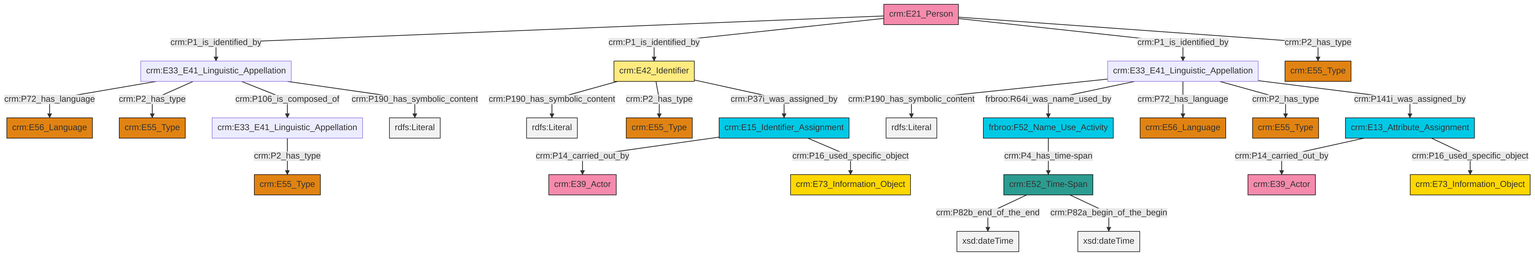
Before: et/personCSV/ttl/mmd/png/Person_Names_and_Classification.png, a diagram exported from Mermaid (swiss-art-research-net/reference-data-models). Its source is kept beside it as et/personCSV/ttl/mmd/Person_Names_and_Classification.ttl.mmd.
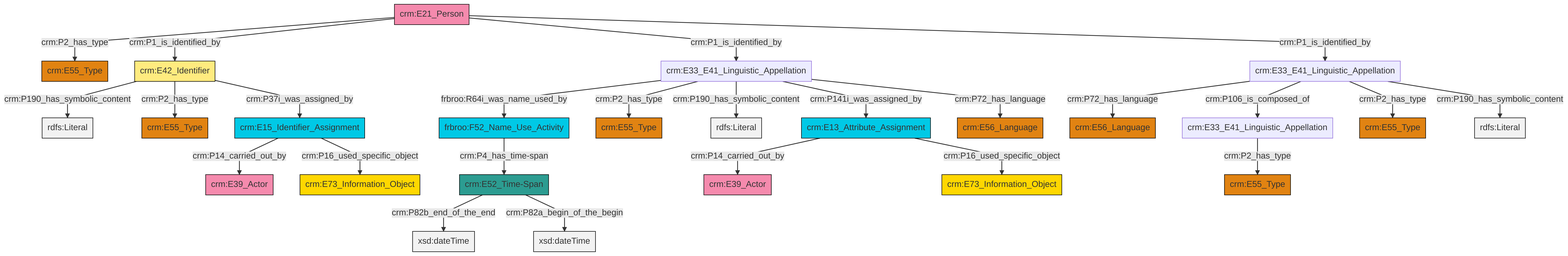
After the change.

Change to the diagram source:
```diff
@@ -13,27 +13,27 @@
 classDef PC_Classes fill:#4ce600, stroke:#000000;
 classDef Multi fill:#cccccc,stroke:#000000;
 
-4["crm:E42_Identifier"]:::Appellation -->|crm:P190_has_symbolic_content| 5[rdfs:Literal]:::Literal
-6["crm:E15_Identifier_Assignment"]:::Temporal_Entity -->|crm:P14_carried_out_by| 0["crm:E39_Actor"]:::Actor
-7["crm:E21_Person"]:::Actor -->|crm:P1_is_identified_by| 8["crm:E33_E41_Linguistic_Appellation"]:::Default
-7["crm:E21_Person"]:::Actor -->|crm:P1_is_identified_by| 4["crm:E42_Identifier"]:::Appellation
-4["crm:E42_Identifier"]:::Appellation -->|crm:P2_has_type| 20["crm:E55_Type"]:::Type
-8["crm:E33_E41_Linguistic_Appellation"]:::Default -->|crm:P72_has_language| 23["crm:E56_Language"]:::Type
-25["crm:E13_Attribute_Assignment"]:::Temporal_Entity -->|crm:P14_carried_out_by| 21["crm:E39_Actor"]:::Actor
-4["crm:E42_Identifier"]:::Appellation -->|crm:P37i_was_assigned_by| 6["crm:E15_Identifier_Assignment"]:::Temporal_Entity
-7["crm:E21_Person"]:::Actor -->|crm:P1_is_identified_by| 28["crm:E33_E41_Linguistic_Appellation"]:::Default
-7["crm:E21_Person"]:::Actor -->|crm:P2_has_type| 29["crm:E55_Type"]:::Type
-32["crm:E52_Time-Span"]:::Time-Span -->|crm:P82b_end_of_the_end| 33[xsd:dateTime]:::Literal
-28["crm:E33_E41_Linguistic_Appellation"]:::Default -->|crm:P190_has_symbolic_content| 35[rdfs:Literal]:::Literal
-8["crm:E33_E41_Linguistic_Appellation"]:::Default -->|crm:P2_has_type| 9["crm:E55_Type"]:::Type
-6["crm:E15_Identifier_Assignment"]:::Temporal_Entity -->|crm:P16_used_specific_object| 18["crm:E73_Information_Object"]:::Conceptual_Object
-25["crm:E13_Attribute_Assignment"]:::Temporal_Entity -->|crm:P16_used_specific_object| 15["crm:E73_Information_Object"]:::Conceptual_Object
-28["crm:E33_E41_Linguistic_Appellation"]:::Default -->|frbroo:R64i_was_name_used_by| 13["frbroo:F52_Name_Use_Activity"]:::Temporal_Entity
-32["crm:E52_Time-Span"]:::Time-Span -->|crm:P82a_begin_of_the_begin| 41[xsd:dateTime]:::Literal
-8["crm:E33_E41_Linguistic_Appellation"]:::Default -->|crm:P106_is_composed_of| 38["crm:E33_E41_Linguistic_Appellation"]:::Default
-28["crm:E33_E41_Linguistic_Appellation"]:::Default -->|crm:P72_has_language| 30["crm:E56_Language"]:::Type
-8["crm:E33_E41_Linguistic_Appellation"]:::Default -->|crm:P190_has_symbolic_content| 45[rdfs:Literal]:::Literal
-28["crm:E33_E41_Linguistic_Appellation"]:::Default -->|crm:P2_has_type| 11["crm:E55_Type"]:::Type
-28["crm:E33_E41_Linguistic_Appellation"]:::Default -->|crm:P141i_was_assigned_by| 25["crm:E13_Attribute_Assignment"]:::Temporal_Entity
-38["crm:E33_E41_Linguistic_Appellation"]:::Default -->|crm:P2_has_type| 2["crm:E55_Type"]:::Type
-13["frbroo:F52_Name_Use_Activity"]:::Temporal_Entity -->|crm:P4_has_time-span| 32["crm:E52_Time-Span"]:::Time-Span
+2["crm:E13_Attribute_Assignment"]:::Temporal_Entity -->|crm:P14_carried_out_by| 0["crm:E39_Actor"]:::Actor
+3["crm:E21_Person"]:::Actor -->|crm:P2_has_type| 4["crm:E55_Type"]:::Type
+7["crm:E33_E41_Linguistic_Appellation"]:::Default -->|frbroo:R64i_was_name_used_by| 8["frbroo:F52_Name_Use_Activity"]:::Temporal_Entity
+3["crm:E21_Person"]:::Actor -->|crm:P1_is_identified_by| 9["crm:E42_Identifier"]:::Appellation
+3["crm:E21_Person"]:::Actor -->|crm:P1_is_identified_by| 7["crm:E33_E41_Linguistic_Appellation"]:::Default
+7["crm:E33_E41_Linguistic_Appellation"]:::Default -->|crm:P2_has_type| 15["crm:E55_Type"]:::Type
+2["crm:E13_Attribute_Assignment"]:::Temporal_Entity -->|crm:P16_used_specific_object| 19["crm:E73_Information_Object"]:::Conceptual_Object
+10["crm:E33_E41_Linguistic_Appellation"]:::Default -->|crm:P72_has_language| 22["crm:E56_Language"]:::Type
+10["crm:E33_E41_Linguistic_Appellation"]:::Default -->|crm:P106_is_composed_of| 12["crm:E33_E41_Linguistic_Appellation"]:::Default
+7["crm:E33_E41_Linguistic_Appellation"]:::Default -->|crm:P190_has_symbolic_content| 25[rdfs:Literal]:::Literal
+9["crm:E42_Identifier"]:::Appellation -->|crm:P190_has_symbolic_content| 26[rdfs:Literal]:::Literal
+12["crm:E33_E41_Linguistic_Appellation"]:::Default -->|crm:P2_has_type| 28["crm:E55_Type"]:::Type
+9["crm:E42_Identifier"]:::Appellation -->|crm:P2_has_type| 20["crm:E55_Type"]:::Type
+7["crm:E33_E41_Linguistic_Appellation"]:::Default -->|crm:P141i_was_assigned_by| 2["crm:E13_Attribute_Assignment"]:::Temporal_Entity
+9["crm:E42_Identifier"]:::Appellation -->|crm:P37i_was_assigned_by| 5["crm:E15_Identifier_Assignment"]:::Temporal_Entity
+10["crm:E33_E41_Linguistic_Appellation"]:::Default -->|crm:P2_has_type| 16["crm:E55_Type"]:::Type
+37["crm:E52_Time-Span"]:::Time-Span -->|crm:P82b_end_of_the_end| 38[xsd:dateTime]:::Literal
+5["crm:E15_Identifier_Assignment"]:::Temporal_Entity -->|crm:P14_carried_out_by| 34["crm:E39_Actor"]:::Actor
+7["crm:E33_E41_Linguistic_Appellation"]:::Default -->|crm:P72_has_language| 31["crm:E56_Language"]:::Type
+10["crm:E33_E41_Linguistic_Appellation"]:::Default -->|crm:P190_has_symbolic_content| 44[rdfs:Literal]:::Literal
+5["crm:E15_Identifier_Assignment"]:::Temporal_Entity -->|crm:P16_used_specific_object| 23["crm:E73_Information_Object"]:::Conceptual_Object
+37["crm:E52_Time-Span"]:::Time-Span -->|crm:P82a_begin_of_the_begin| 46[xsd:dateTime]:::Literal
+8["frbroo:F52_Name_Use_Activity"]:::Temporal_Entity -->|crm:P4_has_time-span| 37["crm:E52_Time-Span"]:::Time-Span
+3["crm:E21_Person"]:::Actor -->|crm:P1_is_identified_by| 10["crm:E33_E41_Linguistic_Appellation"]:::Default
```
